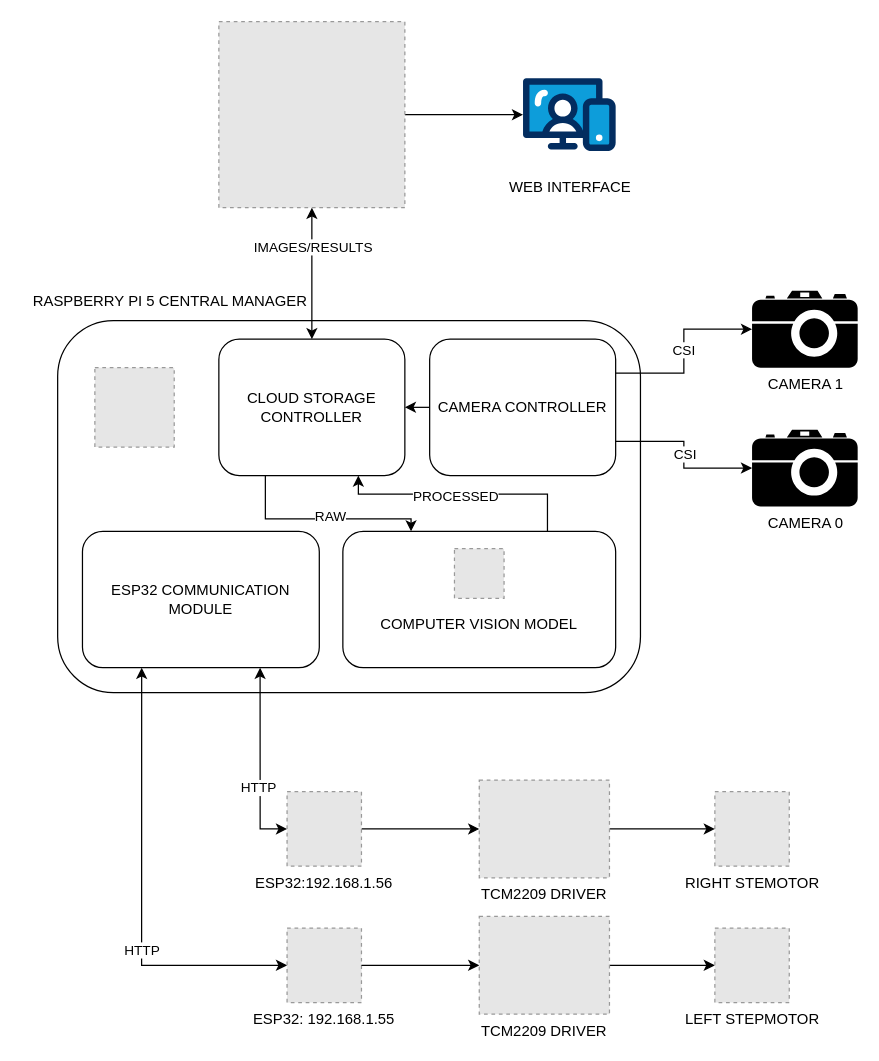
Before: systemarchitecture.drawio in Jusepepe/PROYECTO_SCA, a draw.io diagram. Source tidied: cells renumbered, new cells numbered last; positions are measured from the earlier drawing's top-left corner, leaving out a move shared by most shapes. Both pictures are drawn from the tidied source at 124%, with x=0, y=0 at pixel (21, 21). Pictures stored in the file or linked from it are replaced by grey dashed boxes.
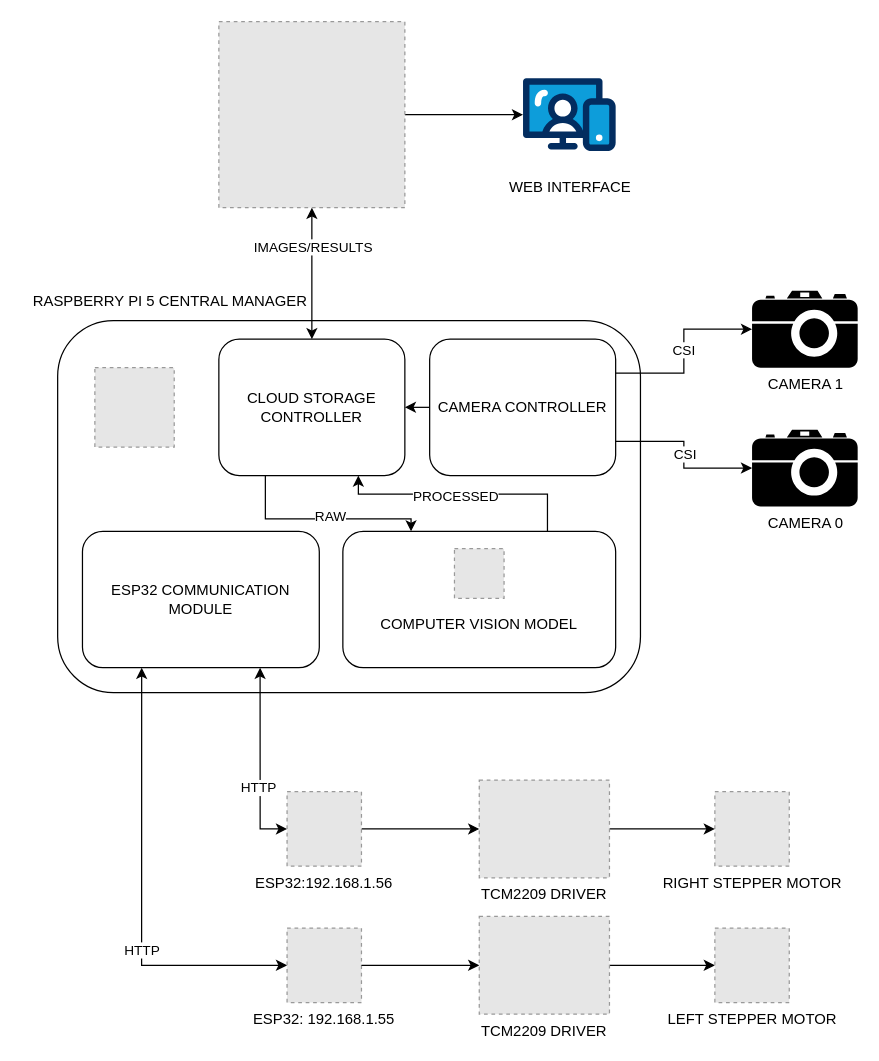
The same diagram, later.

Change to the diagram source:
```diff
@@
-    <mxCell id="27" value="LEFT STEPMOTOR" style="fillColor=#E6E6E6;strokeColor=#999999;dashed=1;html=1;verticalAlign=top;verticalLabelPosition=bottom;labelBackgroundColor=#ffffff;" parent="1" vertex="1">
+    <mxCell id="27" value="LEFT STEPPER MOTOR" style="fillColor=#E6E6E6;strokeColor=#999999;dashed=1;html=1;verticalAlign=top;verticalLabelPosition=bottom;labelBackgroundColor=#ffffff;" parent="1" vertex="1">
       <mxGeometry x="559" y="731" width="60" height="60" as="geometry" />
     </mxCell>
-    <mxCell id="28" value="RIGHT STEMOTOR" style="fillColor=#E6E6E6;strokeColor=#999999;dashed=1;html=1;verticalAlign=top;verticalLabelPosition=bottom;labelBackgroundColor=#ffffff;" parent="1" vertex="1">
+    <mxCell id="28" value="RIGHT STEPPER MOTOR" style="fillColor=#E6E6E6;strokeColor=#999999;dashed=1;html=1;verticalAlign=top;verticalLabelPosition=bottom;labelBackgroundColor=#ffffff;" parent="1" vertex="1">
       <mxGeometry x="559" y="621" width="60" height="60" as="geometry" />
     </mxCell>
```
